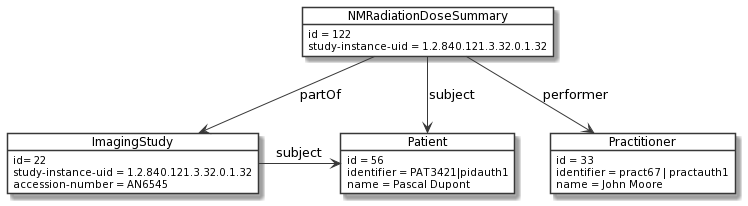
This is input/images/example3.png from HL7/fhir-radiation-dose-summary-ig, a PlantUML export, as it was before one commit. The source it was exported from:
```plantuml
@startuml
skinparam monochrome true

object  NMRadiationDoseSummary #white {
  id = 122
  study-instance-uid = 1.2.840.121.3.32.0.1.32
}

object  Patient #white {
  id = 56
  identifier = PAT3421|pidauth1
  name = Pascal Dupont
}

object  ImagingStudy #white {
  id= 22
  study-instance-uid = 1.2.840.121.3.32.0.1.32
  accession-number = AN6545
}

object  Practitioner #white {
  id = 33
  identifier = pract67 | practauth1
  name = John Moore
}


NMRadiationDoseSummary -d-> Patient : "subject"
NMRadiationDoseSummary -d-> ImagingStudy : "partOf"
NMRadiationDoseSummary -d-> Practitioner : "performer"
ImagingStudy -> Patient : "subject"
@enduml
```
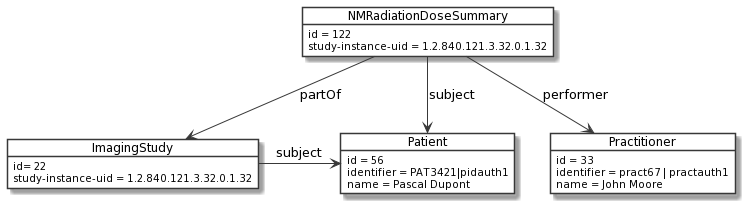
Later version of the same file.

The edit, as a diff of the source:
```diff
@@ -15,7 +15,6 @@
 object  ImagingStudy #white {
   id= 22
   study-instance-uid = 1.2.840.121.3.32.0.1.32
-  accession-number = AN6545
 }
 
 object  Practitioner #white {
```
